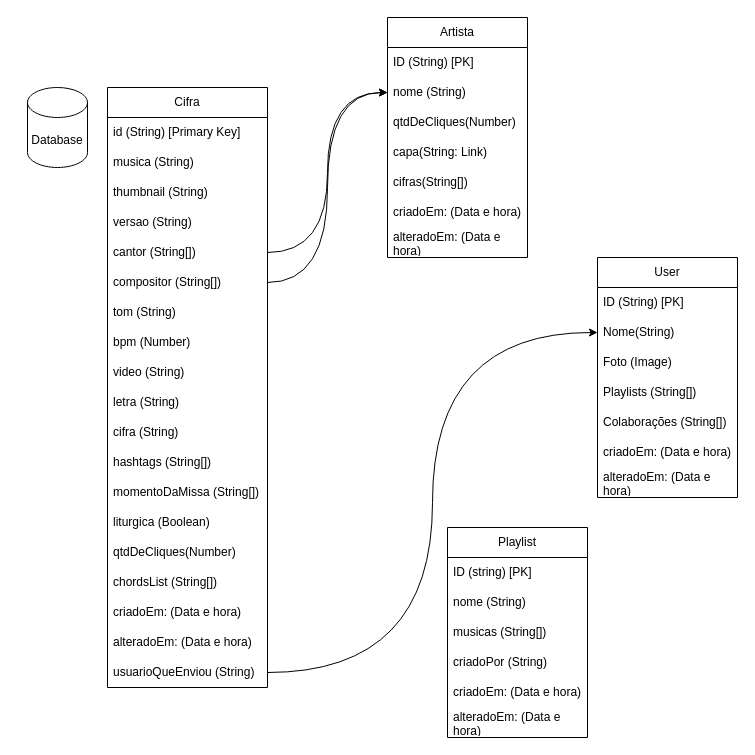
Above: MissaCifras.drawio in mauriciomira1/MissaCifras (draw.io), before the change. Source tidied: cells renumbered, new cells numbered last; positions are measured from the earlier drawing's top-left corner, leaving out a move shared by most shapes. Both pictures are drawn from the tidied source at 100%, with x=0, y=0 at pixel (27, 17).
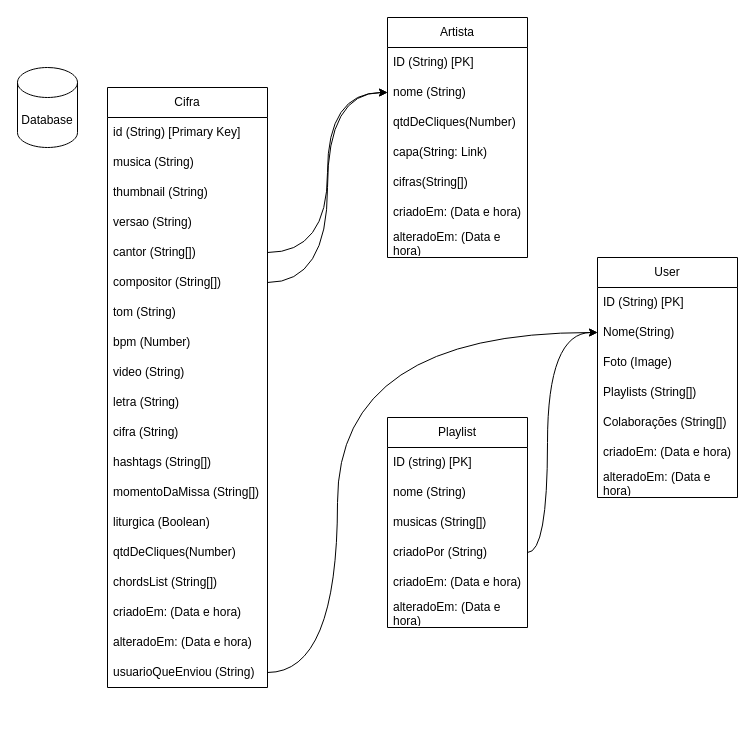
Above is the later version.

Unchanged cells that the change refers to:
```xml
<mxCell id="21" value="usuarioQueEnviou (String)" style="text;strokeColor=none;fillColor=none;align=left;verticalAlign=middle;spacingLeft=4;spacingRight=4;overflow=hidden;points=[[0,0.5],[1,0.5]];portConstraint=eastwest;whiteSpace=wrap;html=1;" parent="2" vertex="1">
  <mxGeometry y="570" width="160" height="30" as="geometry" />
</mxCell>
<mxCell id="33" value="Nome(String)" style="text;strokeColor=none;fillColor=none;align=left;verticalAlign=middle;spacingLeft=4;spacingRight=4;overflow=hidden;points=[[0,0.5],[1,0.5]];portConstraint=eastwest;whiteSpace=wrap;html=1;" parent="31" vertex="1">
  <mxGeometry y="60" width="140" height="30" as="geometry" />
</mxCell>
<mxCell id="43" value="criadoPor (String)" style="text;strokeColor=none;fillColor=none;align=left;verticalAlign=middle;spacingLeft=4;spacingRight=4;overflow=hidden;points=[[0,0.5],[1,0.5]];portConstraint=eastwest;whiteSpace=wrap;html=1;" parent="39" vertex="1">
  <mxGeometry y="120" width="140" height="30" as="geometry" />
</mxCell>
```

What changed in the source:
```diff
@@
     <mxCell id="22" value="Database" style="shape=cylinder3;whiteSpace=wrap;html=1;boundedLbl=1;backgroundOutline=1;size=15;" parent="1" vertex="1">
-      <mxGeometry y="70" width="60" height="80" as="geometry" />
+      <mxGeometry x="-10" y="50" width="60" height="80" as="geometry" />
     </mxCell>
@@
     <mxCell id="39" value="Playlist" style="swimlane;fontStyle=0;horizontal=1;startSize=30;whiteSpace=wrap;html=1;" parent="1" vertex="1">
-      <mxGeometry x="420" y="510" width="140" height="210" as="geometry" />
+      <mxGeometry x="360" y="400" width="140" height="210" as="geometry" />
     </mxCell>
@@
     <mxCell id="46" style="edgeStyle=orthogonalEdgeStyle;curved=1;html=1;exitX=1;exitY=0.5;exitDx=0;exitDy=0;entryX=0;entryY=0.5;entryDx=0;entryDy=0;" parent="1" edge="1" source="21" target="33">
-      <mxGeometry relative="1" as="geometry" />
+      <mxGeometry relative="1" as="geometry">
+        <Array as="points">
+          <mxPoint x="310" y="655" />
+          <mxPoint x="310" y="315" />
+        </Array>
+      </mxGeometry>
     </mxCell>
@@
+    <mxCell id="49" style="edgeStyle=orthogonalEdgeStyle;curved=1;html=1;exitX=1;exitY=0.5;exitDx=0;exitDy=0;" parent="1" edge="1" source="43" target="33">
+      <mxGeometry relative="1" as="geometry">
+        <Array as="points">
+          <mxPoint x="520" y="535" />
+          <mxPoint x="520" y="315" />
+        </Array>
+      </mxGeometry>
+    </mxCell>
```
